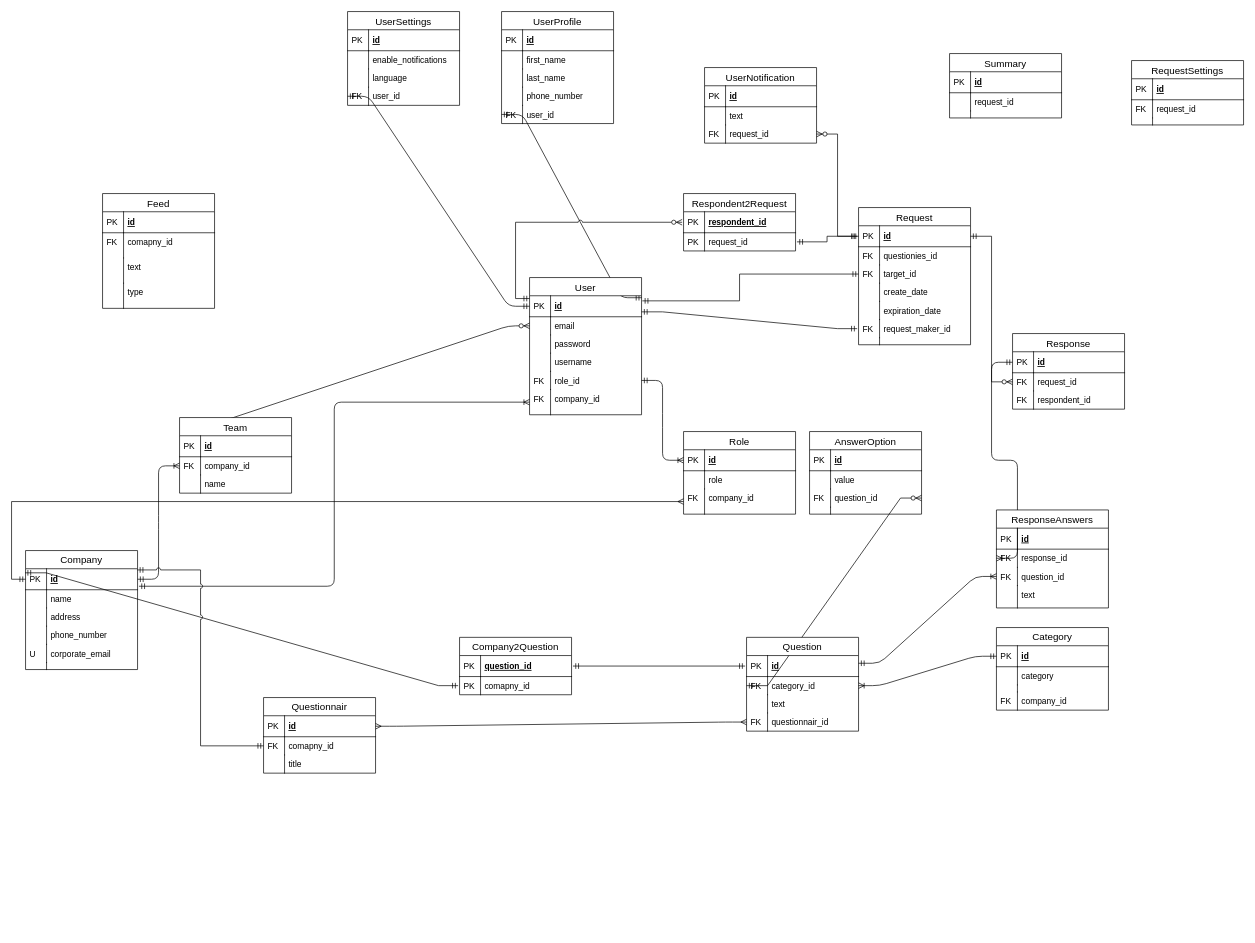
BinaryStudioAcademy/bsa-2020-feedgrabber keeps this draw.io diagram as docs/feedback_db.drawio. Above is the earlier version. Source tidied: cells renumbered, new cells numbered last; positions are measured from the earlier drawing's top-left corner, leaving out a move shared by most shapes. Both pictures are drawn from the tidied source at 70%, with x=0, y=0 at pixel (25, 11).
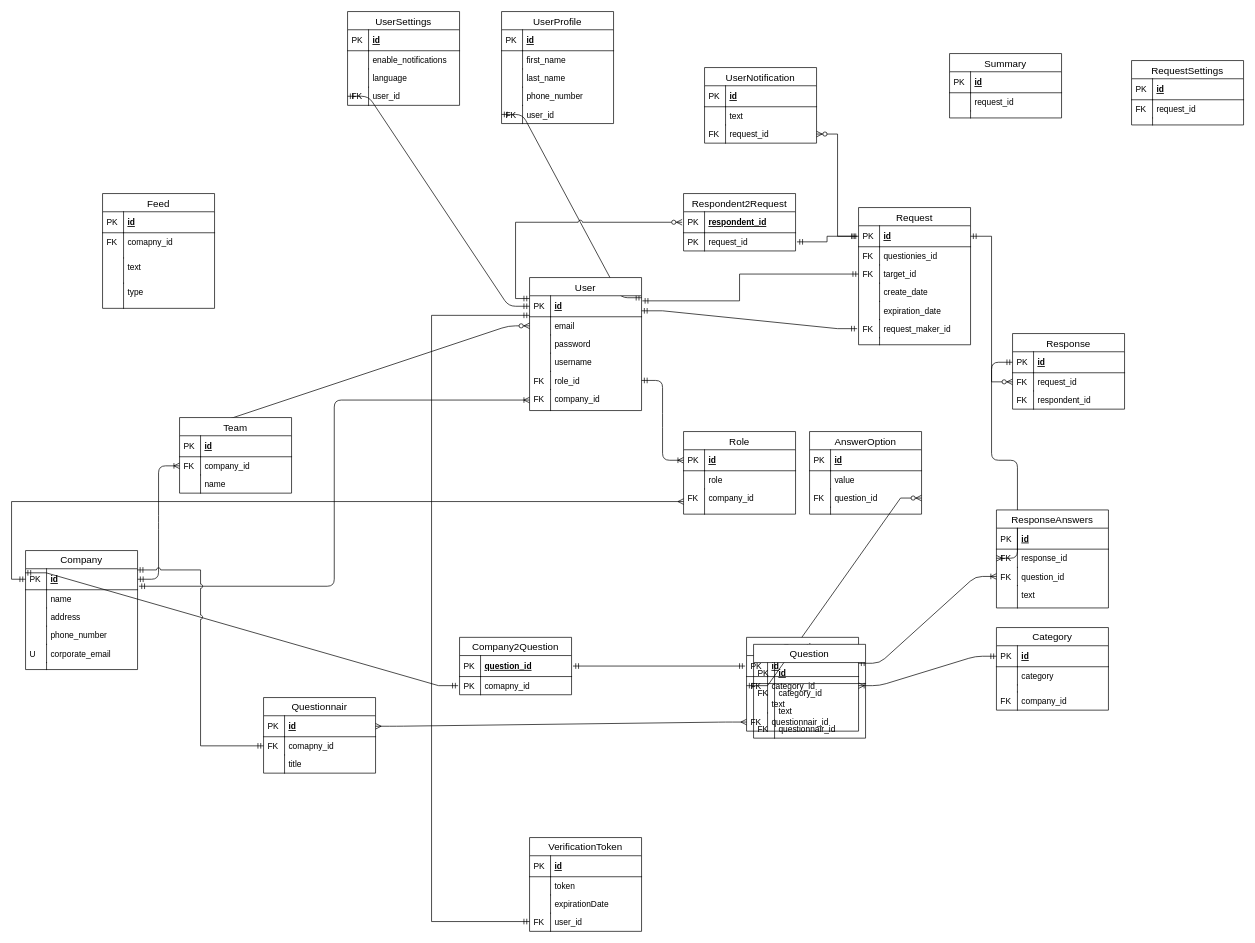
The same page after the edit.

The edit, as a diff of the source:
```diff
@@
     <mxCell id="104" value="User" style="swimlane;fontStyle=0;horizontal=1;startSize=26;align=center;fontSize=14;" parent="1" vertex="1">
-      <mxGeometry x="720" y="380" width="160" height="196" as="geometry" />
+      <mxGeometry x="720" y="380" width="160" height="190" as="geometry" />
     </mxCell>
@@
     <mxCell id="115" value="company_id" style="shape=partialRectangle;top=0;left=0;right=0;bottom=0;align=left;verticalAlign=top;fillColor=none;spacingLeft=34;spacingRight=4;overflow=hidden;points=[[0,0.5],[1,0.5]];portConstraint=eastwest;fontSize=12;" parent="104" vertex="1">
-      <mxGeometry y="160" width="160" height="36" as="geometry" />
+      <mxGeometry y="160" width="160" height="30" as="geometry" />
     </mxCell>
     <mxCell id="116" value="FK" style="shape=partialRectangle;top=0;left=0;bottom=0;fillColor=none;align=left;verticalAlign=top;spacingLeft=4;spacingRight=4;overflow=hidden;fontSize=12;" parent="115" vertex="1">
-      <mxGeometry width="30" height="36" as="geometry" />
+      <mxGeometry width="30" height="30" as="geometry" />
     </mxCell>
@@
+    <mxCell id="188" value="Question" style="swimlane;fontStyle=0;horizontal=1;startSize=26;align=center;fontSize=14;" parent="1" vertex="1">
+      <mxGeometry x="1040" y="904" width="160" height="134" as="geometry" />
+    </mxCell>
+    <mxCell id="189" value="id" style="shape=partialRectangle;top=0;left=0;right=0;bottom=1;align=left;verticalAlign=middle;fillColor=none;spacingLeft=34;spacingRight=4;overflow=hidden;fontStyle=5;fontSize=12;" parent="188" vertex="1">
+      <mxGeometry y="26" width="160" height="30" as="geometry" />
+    </mxCell>
+    <mxCell id="190" value="PK" style="shape=partialRectangle;top=0;left=0;bottom=0;fillColor=none;align=left;verticalAlign=middle;spacingLeft=4;spacingRight=4;overflow=hidden;fontSize=12;" parent="189" vertex="1">
+      <mxGeometry width="30" height="30" as="geometry" />
+    </mxCell>
+    <mxCell id="191" value="category_id" style="shape=partialRectangle;top=0;left=0;right=0;bottom=0;align=left;verticalAlign=top;fillColor=none;spacingLeft=34;spacingRight=4;overflow=hidden;fontSize=12;" parent="188" vertex="1">
+      <mxGeometry y="56" width="160" height="26" as="geometry" />
+    </mxCell>
+    <mxCell id="192" value="FK" style="shape=partialRectangle;top=0;left=0;bottom=0;fillColor=none;align=left;verticalAlign=top;spacingLeft=4;spacingRight=4;overflow=hidden;fontSize=12;" parent="191" vertex="1">
+      <mxGeometry width="30" height="26" as="geometry" />
+    </mxCell>
+    <mxCell id="193" value="text&#10;" style="shape=partialRectangle;top=0;left=0;right=0;bottom=0;align=left;verticalAlign=top;fillColor=none;spacingLeft=34;spacingRight=4;overflow=hidden;fontSize=12;" parent="188" vertex="1">
+      <mxGeometry y="82" width="160" height="26" as="geometry" />
+    </mxCell>
+    <mxCell id="194" style="shape=partialRectangle;top=0;left=0;bottom=0;fillColor=none;align=left;verticalAlign=top;spacingLeft=4;spacingRight=4;overflow=hidden;fontSize=12;" parent="193" vertex="1">
+      <mxGeometry width="30" height="26" as="geometry" />
+    </mxCell>
+    <mxCell id="195" value="questionnair_id" style="shape=partialRectangle;top=0;left=0;right=0;bottom=0;align=left;verticalAlign=top;fillColor=none;spacingLeft=34;spacingRight=4;overflow=hidden;fontSize=12;" parent="188" vertex="1">
+      <mxGeometry y="108" width="160" height="26" as="geometry" />
+    </mxCell>
+    <mxCell id="196" value="FK" style="shape=partialRectangle;top=0;left=0;bottom=0;fillColor=none;align=left;verticalAlign=top;spacingLeft=4;spacingRight=4;overflow=hidden;fontSize=12;" parent="195" vertex="1">
+      <mxGeometry width="30" height="26" as="geometry" />
+    </mxCell>
+    <mxCell id="197" value="VerificationToken" style="swimlane;fontStyle=0;horizontal=1;startSize=26;align=center;fontSize=14;" parent="1" vertex="1">
+      <mxGeometry x="720" y="1180" width="160" height="134" as="geometry" />
+    </mxCell>
+    <mxCell id="198" value="id" style="shape=partialRectangle;top=0;left=0;right=0;bottom=1;align=left;verticalAlign=middle;fillColor=none;spacingLeft=34;spacingRight=4;overflow=hidden;fontStyle=5;fontSize=12;" parent="197" vertex="1">
+      <mxGeometry y="26" width="160" height="30" as="geometry" />
+    </mxCell>
+    <mxCell id="199" value="PK" style="shape=partialRectangle;top=0;left=0;bottom=0;fillColor=none;align=left;verticalAlign=middle;spacingLeft=4;spacingRight=4;overflow=hidden;fontSize=12;" parent="198" vertex="1">
+      <mxGeometry width="30" height="30" as="geometry" />
+    </mxCell>
+    <mxCell id="200" value="token" style="shape=partialRectangle;top=0;left=0;right=0;bottom=0;align=left;verticalAlign=top;fillColor=none;spacingLeft=34;spacingRight=4;overflow=hidden;fontSize=12;" parent="197" vertex="1">
+      <mxGeometry y="56" width="160" height="26" as="geometry" />
+    </mxCell>
+    <mxCell id="201" style="shape=partialRectangle;top=0;left=0;bottom=0;fillColor=none;align=left;verticalAlign=top;spacingLeft=4;spacingRight=4;overflow=hidden;fontSize=12;" parent="200" vertex="1">
+      <mxGeometry width="30" height="26" as="geometry" />
+    </mxCell>
+    <mxCell id="202" value="expirationDate" style="shape=partialRectangle;top=0;left=0;right=0;bottom=0;align=left;verticalAlign=top;fillColor=none;spacingLeft=34;spacingRight=4;overflow=hidden;fontSize=12;" parent="197" vertex="1">
+      <mxGeometry y="82" width="160" height="26" as="geometry" />
+    </mxCell>
+    <mxCell id="203" style="shape=partialRectangle;top=0;left=0;bottom=0;fillColor=none;align=left;verticalAlign=top;spacingLeft=4;spacingRight=4;overflow=hidden;fontSize=12;" parent="202" vertex="1">
+      <mxGeometry width="30" height="26" as="geometry" />
+    </mxCell>
+    <mxCell id="204" value="user_id" style="shape=partialRectangle;top=0;left=0;right=0;bottom=0;align=left;verticalAlign=top;fillColor=none;spacingLeft=34;spacingRight=4;overflow=hidden;fontSize=12;" parent="197" vertex="1">
+      <mxGeometry y="108" width="160" height="26" as="geometry" />
+    </mxCell>
+    <mxCell id="205" value="FK" style="shape=partialRectangle;top=0;left=0;bottom=0;fillColor=none;align=left;verticalAlign=top;spacingLeft=4;spacingRight=4;overflow=hidden;fontSize=12;" parent="204" vertex="1">
+      <mxGeometry width="30" height="26" as="geometry" />
+    </mxCell>
+    <mxCell id="206" style="edgeStyle=orthogonalEdgeStyle;rounded=0;orthogonalLoop=1;jettySize=auto;html=1;endArrow=ERmandOne;endFill=0;startArrow=ERmandOne;startFill=0;" parent="1" edge="1">
+      <mxGeometry relative="1" as="geometry">
+        <mxPoint x="720" y="434" as="sourcePoint" />
+        <mxPoint x="720" y="1300" as="targetPoint" />
+        <Array as="points">
+          <mxPoint x="580" y="434" />
+          <mxPoint x="580" y="1300" />
+          <mxPoint x="720" y="1300" />
+        </Array>
+      </mxGeometry>
+    </mxCell>
```
